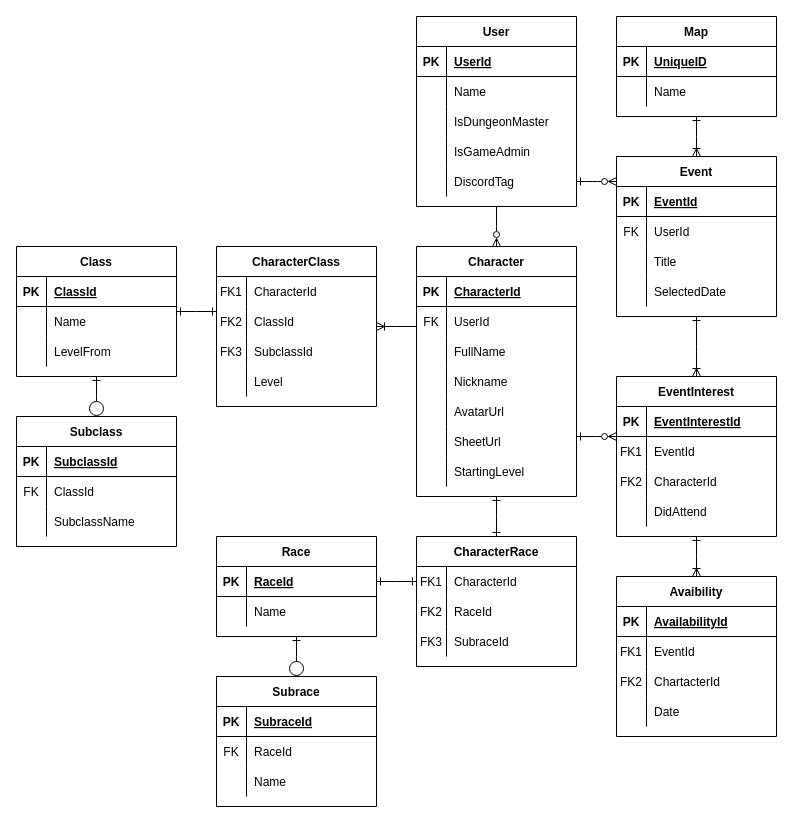
Earlier version of the draw.io diagram Documentation/Entity Relationship Diagram.drawio (Jackclarke95/into-the-west). Source tidied: cells renumbered, new cells numbered last; positions are measured from the earlier drawing's top-left corner, leaving out a move shared by most shapes. Both pictures are drawn from the tidied source at 100%, with x=0, y=0 at pixel (16, 16).
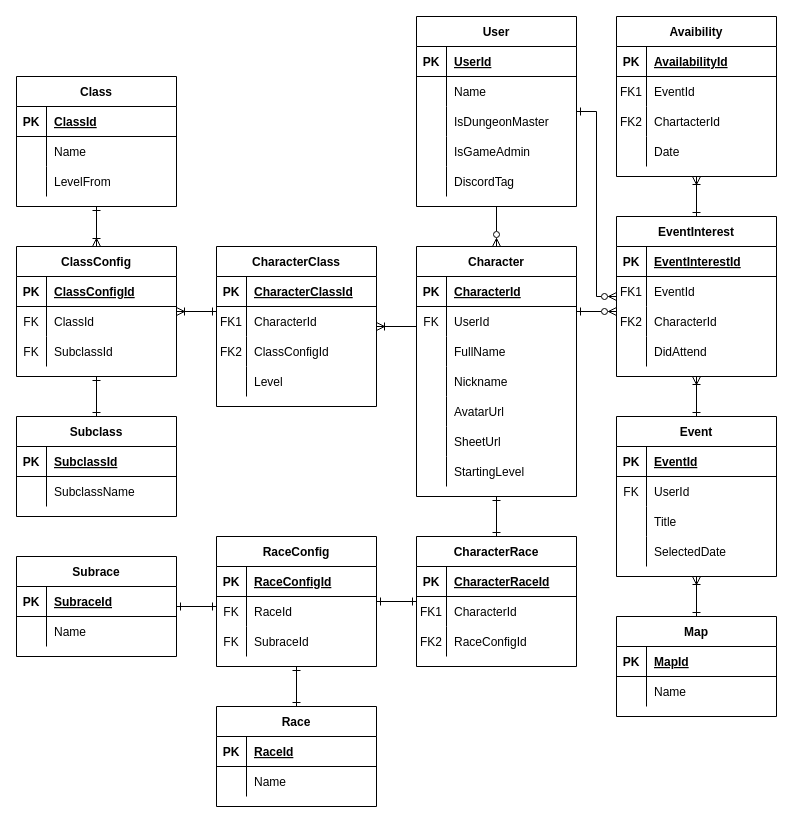
The same diagram, later.

Unchanged cells that the change refers to:
```xml
<mxCell id="4" value="Character" style="shape=table;startSize=30;childLayout=tableLayout;rowLines=0;fontStyle=1;align=center;strokeColor=default;" parent="1" vertex="1">
  <mxGeometry x="400" y="230" width="160" height="250" as="geometry" />
</mxCell>
<mxCell id="69" value="User" style="shape=table;startSize=30;childLayout=tableLayout;rowLines=0;fontStyle=1;align=center;strokeColor=default;" parent="1" vertex="1">
  <mxGeometry x="400" width="160" height="190" as="geometry" />
</mxCell>
<mxCell id="125" value="CharacterClass" style="shape=table;startSize=30;childLayout=tableLayout;rowLines=0;fontStyle=1;align=center;strokeColor=default;" parent="1" vertex="1">
  <mxGeometry x="200" y="230" width="160" height="160" as="geometry" />
</mxCell>
<mxCell id="132" style="shape=tableRow;horizontal=0;startSize=0;swimlaneHead=0;swimlaneBody=0;fillColor=none;top=0;left=0;right=0;bottom=0;strokeColor=default;" parent="125" vertex="1">
  <mxGeometry y="90" width="160" height="30" as="geometry" />
</mxCell>
<mxCell id="140" style="shape=tableRow;horizontal=0;startSize=0;swimlaneHead=0;swimlaneBody=0;fillColor=none;top=0;left=0;right=0;bottom=1;strokeColor=default;" parent="139" vertex="1">
  <mxGeometry y="30" width="160" height="30" as="geometry" />
</mxCell>
<mxCell id="148" value="CharacterRace" style="shape=table;startSize=30;childLayout=tableLayout;rowLines=0;fontStyle=1;align=center;strokeColor=default;" parent="1" vertex="1">
  <mxGeometry x="400" y="520" width="160" height="130" as="geometry" />
</mxCell>
```

The edit, as a diff of the source:
```diff
@@
-    <mxCell id="2" style="edgeStyle=elbowEdgeStyle;rounded=0;jettySize=auto;elbow=vertical;html=1;startArrow=baseDash;startFill=0;endArrow=ERoneToMany;endFill=0;" parent="1" edge="1" source="4" target="125">
+    <mxCell id="2" style="edgeStyle=elbowEdgeStyle;rounded=0;jettySize=auto;elbow=vertical;html=1;startArrow=baseDash;startFill=0;endArrow=ERoneToMany;endFill=0;jumpStyle=arc;" parent="1" edge="1" source="4" target="125">
       <mxGeometry relative="1" as="geometry" />
     </mxCell>
-    <mxCell id="3" style="edgeStyle=elbowEdgeStyle;rounded=0;jettySize=auto;elbow=vertical;html=1;startArrow=ERone;startFill=0;endArrow=ERzeroToMany;endFill=0;" parent="1" edge="1" source="4" target="41">
+    <mxCell id="3" style="edgeStyle=elbowEdgeStyle;rounded=0;jettySize=auto;elbow=vertical;html=1;startArrow=ERone;startFill=0;endArrow=ERzeroToMany;endFill=0;jumpStyle=arc;" parent="1" edge="1" source="4" target="41">
       <mxGeometry relative="1" as="geometry" />
     </mxCell>
@@
-    <mxCell id="26" style="edgeStyle=elbowEdgeStyle;rounded=0;jettySize=auto;elbow=vertical;html=1;startArrow=ERone;startFill=0;endArrow=ERoneToMany;endFill=0;" parent="1" edge="1" source="27" target="41">
+    <mxCell id="26" style="edgeStyle=elbowEdgeStyle;rounded=0;jettySize=auto;elbow=vertical;html=1;startArrow=ERone;startFill=0;endArrow=ERoneToMany;endFill=0;jumpStyle=arc;" parent="1" edge="1" source="27" target="41">
       <mxGeometry relative="1" as="geometry" />
     </mxCell>
     <mxCell id="27" value="Event" style="shape=table;startSize=30;childLayout=tableLayout;rowLines=0;fontStyle=1;align=center;strokeColor=default;" parent="1" vertex="1">
-      <mxGeometry x="600" y="140" width="160" height="160" as="geometry" />
+      <mxGeometry x="600" y="400" width="160" height="160" as="geometry" />
     </mxCell>
@@
-    <mxCell id="40" style="edgeStyle=elbowEdgeStyle;rounded=0;jettySize=auto;elbow=vertical;html=1;startArrow=ERone;startFill=0;endArrow=ERoneToMany;endFill=0;" parent="1" edge="1" source="41" target="54">
+    <mxCell id="40" style="edgeStyle=elbowEdgeStyle;rounded=0;jettySize=auto;elbow=vertical;html=1;startArrow=ERone;startFill=0;endArrow=ERoneToMany;endFill=0;jumpStyle=arc;" parent="1" edge="1" source="41" target="54">
       <mxGeometry relative="1" as="geometry" />
     </mxCell>
     <mxCell id="41" value="EventInterest" style="shape=table;startSize=30;childLayout=tableLayout;rowLines=0;fontStyle=1;align=center;strokeColor=default;" parent="1" vertex="1">
-      <mxGeometry x="600" y="360" width="160" height="160" as="geometry" />
+      <mxGeometry x="600" y="200" width="160" height="160" as="geometry" />
     </mxCell>
@@
     <mxCell id="54" value="Avaibility" style="shape=table;startSize=30;childLayout=tableLayout;rowLines=0;fontStyle=1;align=center;strokeColor=default;" parent="1" vertex="1">
-      <mxGeometry x="600" y="560" width="160" height="160" as="geometry" />
+      <mxGeometry x="600" width="160" height="160" as="geometry" />
     </mxCell>
@@
-    <mxCell id="67" style="edgeStyle=elbowEdgeStyle;rounded=0;jettySize=auto;elbow=vertical;html=1;startArrow=baseDash;startFill=0;endArrow=ERzeroToMany;endFill=0;" parent="1" edge="1" source="69" target="4">
+    <mxCell id="67" style="edgeStyle=elbowEdgeStyle;rounded=0;jettySize=auto;elbow=vertical;html=1;startArrow=baseDash;startFill=0;endArrow=ERzeroToMany;endFill=0;jumpStyle=arc;" parent="1" edge="1" source="69" target="4">
       <mxGeometry relative="1" as="geometry" />
     </mxCell>
-    <mxCell id="68" style="edgeStyle=elbowEdgeStyle;curved=1;jettySize=auto;elbow=vertical;html=1;startArrow=ERone;startFill=0;endArrow=ERzeroToMany;endFill=0;" parent="1" edge="1" source="69" target="27">
+    <mxCell id="68" style="edgeStyle=elbowEdgeStyle;jettySize=auto;html=1;startArrow=ERone;startFill=0;endArrow=ERzeroToMany;endFill=0;rounded=0;jumpStyle=arc;" parent="1" edge="1" source="69" target="41">
       <mxGeometry relative="1" as="geometry" />
     </mxCell>
@@
-    <mxCell id="85" style="edgeStyle=elbowEdgeStyle;rounded=0;jettySize=auto;elbow=vertical;html=1;startArrow=ERone;startFill=0;endArrow=circle;endFill=0;" parent="1" edge="1" source="86" target="104">
-      <mxGeometry relative="1" as="geometry" />
-    </mxCell>
     <mxCell id="86" value="Class" style="shape=table;startSize=30;childLayout=tableLayout;rowLines=0;fontStyle=1;align=center;strokeColor=default;" parent="1" vertex="1">
-      <mxGeometry y="230" width="160" height="130" as="geometry" />
+      <mxGeometry y="60" width="160" height="130" as="geometry" />
     </mxCell>
@@
-    <mxCell id="96" style="edgeStyle=elbowEdgeStyle;rounded=0;jettySize=auto;html=1;elbow=vertical;endArrow=circle;endFill=0;startArrow=ERone;startFill=0;" parent="1" edge="1" source="97" target="114">
-      <mxGeometry relative="1" as="geometry" />
-    </mxCell>
     <mxCell id="97" value="Race" style="shape=table;startSize=30;childLayout=tableLayout;rowLines=0;fontStyle=1;align=center;strokeColor=default;" parent="1" vertex="1">
-      <mxGeometry x="200" y="520" width="160" height="100" as="geometry" />
+      <mxGeometry x="200" y="690" width="160" height="100" as="geometry" />
     </mxCell>
@@
     <mxCell id="104" value="Subclass" style="shape=table;startSize=30;childLayout=tableLayout;rowLines=0;fontStyle=1;align=center;strokeColor=default;" parent="1" vertex="1">
-      <mxGeometry y="400" width="160" height="130" as="geometry" />
+      <mxGeometry y="400" width="160" height="100" as="geometry" />
     </mxCell>
@@
-    <mxCell id="108" style="shape=tableRow;horizontal=0;startSize=0;swimlaneHead=0;swimlaneBody=0;fillColor=none;top=0;left=0;right=0;bottom=0;strokeColor=default;" parent="104" vertex="1">
-      <mxGeometry y="60" width="160" height="30" as="geometry" />
-    </mxCell>
-    <mxCell id="109" value="FK" style="shape=partialRectangle;fillColor=none;top=0;left=0;bottom=0;right=0;fontStyle=0;overflow=hidden;strokeColor=default;" parent="108" vertex="1">
-      <mxGeometry width="30" height="30" as="geometry" />
-    </mxCell>
-    <mxCell id="110" value="ClassId" style="shape=partialRectangle;fillColor=none;top=0;left=0;bottom=0;right=0;align=left;spacingLeft=6;fontStyle=0;overflow=hidden;strokeColor=default;" parent="108" vertex="1">
-      <mxGeometry x="30" width="130" height="30" as="geometry" />
-    </mxCell>
     <mxCell id="111" style="shape=tableRow;horizontal=0;startSize=0;swimlaneHead=0;swimlaneBody=0;fillColor=none;top=0;left=0;right=0;bottom=0;strokeColor=default;" parent="104" vertex="1">
-      <mxGeometry y="90" width="160" height="30" as="geometry" />
+      <mxGeometry y="60" width="160" height="30" as="geometry" />
     </mxCell>
@@
     <mxCell id="114" value="Subrace" style="shape=table;startSize=30;childLayout=tableLayout;rowLines=0;fontStyle=1;align=center;strokeColor=default;" parent="1" vertex="1">
-      <mxGeometry x="200" y="660" width="160" height="130" as="geometry" />
+      <mxGeometry y="540" width="160" height="100" as="geometry" />
     </mxCell>
@@
-    <mxCell id="118" style="shape=tableRow;horizontal=0;startSize=0;swimlaneHead=0;swimlaneBody=0;fillColor=none;top=0;left=0;right=0;bottom=0;strokeColor=default;" parent="114" vertex="1">
-      <mxGeometry y="60" width="160" height="30" as="geometry" />
-    </mxCell>
-    <mxCell id="119" value="FK" style="shape=partialRectangle;fillColor=none;top=0;left=0;bottom=0;right=0;fontStyle=0;overflow=hidden;strokeColor=default;" parent="118" vertex="1">
-      <mxGeometry width="30" height="30" as="geometry" />
-    </mxCell>
-    <mxCell id="120" value="RaceId" style="shape=partialRectangle;fillColor=none;top=0;left=0;bottom=0;right=0;align=left;spacingLeft=6;fontStyle=0;overflow=hidden;strokeColor=default;" parent="118" vertex="1">
-      <mxGeometry x="30" width="130" height="30" as="geometry" />
-    </mxCell>
     <mxCell id="121" style="shape=tableRow;horizontal=0;startSize=0;swimlaneHead=0;swimlaneBody=0;fillColor=none;top=0;left=0;right=0;bottom=0;strokeColor=default;" parent="114" vertex="1">
-      <mxGeometry y="90" width="160" height="30" as="geometry" />
+      <mxGeometry y="60" width="160" height="30" as="geometry" />
     </mxCell>
@@
-    <mxCell id="124" style="edgeStyle=elbowEdgeStyle;rounded=0;jettySize=auto;elbow=vertical;html=1;startArrow=ERone;startFill=0;endArrow=ERone;endFill=0;" parent="1" edge="1" source="125" target="86">
-      <mxGeometry relative="1" as="geometry" />
-    </mxCell>
+    <mxCell id="159" style="edgeStyle=elbowEdgeStyle;rounded=0;jumpStyle=arc;jettySize=auto;html=1;startArrow=ERone;startFill=0;endArrow=ERoneToMany;endFill=0;elbow=vertical;" parent="1" edge="1" source="125" target="169">
+      <mxGeometry relative="1" as="geometry" />
+    </mxCell>
@@
+    <mxCell id="160" style="shape=tableRow;horizontal=0;startSize=0;swimlaneHead=0;swimlaneBody=0;fillColor=none;top=0;left=0;right=0;bottom=1;" parent="125" vertex="1">
+      <mxGeometry y="30" width="160" height="30" as="geometry" />
+    </mxCell>
+    <mxCell id="161" value="PK" style="shape=partialRectangle;fillColor=none;top=0;left=0;bottom=0;right=0;fontStyle=1;overflow=hidden;" parent="160" vertex="1">
+      <mxGeometry width="30" height="30" as="geometry" />
+    </mxCell>
+    <mxCell id="162" value="CharacterClassId" style="shape=partialRectangle;fillColor=none;top=0;left=0;bottom=0;right=0;align=left;spacingLeft=6;fontStyle=5;overflow=hidden;" parent="160" vertex="1">
+      <mxGeometry x="30" width="130" height="30" as="geometry" />
+    </mxCell>
     <mxCell id="126" style="shape=tableRow;horizontal=0;startSize=0;swimlaneHead=0;swimlaneBody=0;fillColor=none;top=0;left=0;right=0;bottom=0;strokeColor=default;" parent="125" vertex="1">
-      <mxGeometry y="30" width="160" height="30" as="geometry" />
+      <mxGeometry y="60" width="160" height="30" as="geometry" />
     </mxCell>
@@
-    <mxCell id="129" style="shape=tableRow;horizontal=0;startSize=0;swimlaneHead=0;swimlaneBody=0;fillColor=none;top=0;left=0;right=0;bottom=0;strokeColor=default;" parent="125" vertex="1">
-      <mxGeometry y="60" width="160" height="30" as="geometry" />
-    </mxCell>
-    <mxCell id="130" value="FK2" style="shape=partialRectangle;fillColor=none;top=0;left=0;bottom=0;right=0;fontStyle=0;overflow=hidden;strokeColor=default;" parent="129" vertex="1">
-      <mxGeometry width="30" height="30" as="geometry" />
-    </mxCell>
-    <mxCell id="131" value="ClassId" style="shape=partialRectangle;fillColor=none;top=0;left=0;bottom=0;right=0;align=left;spacingLeft=6;fontStyle=0;overflow=hidden;strokeColor=default;" parent="129" vertex="1">
-      <mxGeometry x="30" width="130" height="30" as="geometry" />
-    </mxCell>
@@
-    <mxCell id="133" value="FK3" style="shape=partialRectangle;fillColor=none;top=0;left=0;bottom=0;right=0;fontStyle=0;overflow=hidden;strokeColor=default;" parent="132" vertex="1">
+    <mxCell id="133" value="FK2" style="shape=partialRectangle;fillColor=none;top=0;left=0;bottom=0;right=0;fontStyle=0;overflow=hidden;strokeColor=default;" parent="132" vertex="1">
       <mxGeometry width="30" height="30" as="geometry" />
     </mxCell>
-    <mxCell id="134" value="SubclassId" style="shape=partialRectangle;fillColor=none;top=0;left=0;bottom=0;right=0;align=left;spacingLeft=6;fontStyle=0;overflow=hidden;strokeColor=default;" parent="132" vertex="1">
+    <mxCell id="134" value="ClassConfigId" style="shape=partialRectangle;fillColor=none;top=0;left=0;bottom=0;right=0;align=left;spacingLeft=6;fontStyle=0;overflow=hidden;strokeColor=default;" parent="132" vertex="1">
       <mxGeometry x="30" width="130" height="30" as="geometry" />
     </mxCell>
@@
-    <mxCell id="138" style="edgeStyle=elbowEdgeStyle;rounded=0;jettySize=auto;elbow=vertical;html=1;startArrow=ERone;startFill=0;endArrow=ERoneToMany;endFill=0;" parent="1" edge="1" source="139" target="27">
+    <mxCell id="138" style="edgeStyle=elbowEdgeStyle;rounded=0;jettySize=auto;elbow=vertical;html=1;startArrow=ERone;startFill=0;endArrow=ERoneToMany;endFill=0;jumpStyle=arc;" parent="1" edge="1" source="139" target="27">
       <mxGeometry relative="1" as="geometry" />
     </mxCell>
     <mxCell id="139" value="Map" style="shape=table;startSize=30;childLayout=tableLayout;rowLines=0;fontStyle=1;align=center;strokeColor=default;" parent="1" vertex="1">
-      <mxGeometry x="600" width="160" height="100" as="geometry" />
+      <mxGeometry x="600" y="600" width="160" height="100" as="geometry" />
     </mxCell>
@@
-    <mxCell id="142" value="UniqueID" style="shape=partialRectangle;fillColor=none;top=0;left=0;bottom=0;right=0;align=left;spacingLeft=6;fontStyle=5;overflow=hidden;strokeColor=default;" parent="140" vertex="1">
+    <mxCell id="142" value="MapId" style="shape=partialRectangle;fillColor=none;top=0;left=0;bottom=0;right=0;align=left;spacingLeft=6;fontStyle=5;overflow=hidden;strokeColor=default;" parent="140" vertex="1">
       <mxGeometry x="30" width="130" height="30" as="geometry" />
     </mxCell>
@@
-    <mxCell id="147" style="edgeStyle=elbowEdgeStyle;jettySize=auto;elbow=vertical;html=1;startArrow=ERone;startFill=0;endArrow=ERone;endFill=0;rounded=0;" parent="1" edge="1" source="148" target="4">
+    <mxCell id="147" style="edgeStyle=elbowEdgeStyle;jettySize=auto;elbow=vertical;html=1;startArrow=ERone;startFill=0;endArrow=ERone;endFill=0;rounded=0;jumpStyle=arc;" parent="1" edge="1" source="148" target="4">
       <mxGeometry relative="1" as="geometry" />
     </mxCell>
+    <mxCell id="163" style="edgeStyle=elbowEdgeStyle;rounded=0;jumpStyle=arc;jettySize=auto;elbow=vertical;html=1;startArrow=ERone;startFill=0;endArrow=ERone;endFill=0;" parent="1" edge="1" source="148" target="181">
+      <mxGeometry relative="1" as="geometry" />
+    </mxCell>
@@
+    <mxCell id="164" style="shape=tableRow;horizontal=0;startSize=0;swimlaneHead=0;swimlaneBody=0;fillColor=none;top=0;left=0;right=0;bottom=1;" parent="148" vertex="1">
+      <mxGeometry y="30" width="160" height="30" as="geometry" />
+    </mxCell>
+    <mxCell id="165" value="PK" style="shape=partialRectangle;fillColor=none;top=0;left=0;bottom=0;right=0;fontStyle=1;overflow=hidden;" parent="164" vertex="1">
+      <mxGeometry width="30" height="30" as="geometry" />
+    </mxCell>
+    <mxCell id="166" value="CharacterRaceId" style="shape=partialRectangle;fillColor=none;top=0;left=0;bottom=0;right=0;align=left;spacingLeft=6;fontStyle=5;overflow=hidden;" parent="164" vertex="1">
+      <mxGeometry x="30" width="130" height="30" as="geometry" />
+    </mxCell>
     <mxCell id="149" style="shape=tableRow;horizontal=0;startSize=0;swimlaneHead=0;swimlaneBody=0;fillColor=none;points=[[0,0.5],[1,0.5]];portConstraint=eastwest;top=0;left=0;right=0;bottom=0;strokeColor=default;" parent="148" vertex="1">
-      <mxGeometry y="30" width="160" height="30" as="geometry" />
+      <mxGeometry y="60" width="160" height="30" as="geometry" />
     </mxCell>
@@
     <mxCell id="152" style="shape=tableRow;horizontal=0;startSize=0;swimlaneHead=0;swimlaneBody=0;fillColor=none;top=0;left=0;right=0;bottom=0;strokeColor=default;" parent="148" vertex="1">
-      <mxGeometry y="60" width="160" height="30" as="geometry" />
+      <mxGeometry y="90" width="160" height="30" as="geometry" />
     </mxCell>
@@
-    <mxCell id="154" value="RaceId" style="shape=partialRectangle;fillColor=none;top=0;left=0;bottom=0;right=0;align=left;spacingLeft=6;fontStyle=0;overflow=hidden;strokeColor=default;" parent="152" vertex="1">
+    <mxCell id="154" value="RaceConfigId" style="shape=partialRectangle;fillColor=none;top=0;left=0;bottom=0;right=0;align=left;spacingLeft=6;fontStyle=0;overflow=hidden;strokeColor=default;" parent="152" vertex="1">
       <mxGeometry x="30" width="130" height="30" as="geometry" />
     </mxCell>
-    <mxCell id="155" style="shape=tableRow;horizontal=0;startSize=0;swimlaneHead=0;swimlaneBody=0;fillColor=none;top=0;left=0;right=0;bottom=0;strokeColor=default;" parent="148" vertex="1">
-      <mxGeometry y="90" width="160" height="30" as="geometry" />
-    </mxCell>
-    <mxCell id="156" value="FK3" style="shape=partialRectangle;fillColor=none;top=0;left=0;bottom=0;right=0;overflow=hidden;strokeColor=default;" parent="155" vertex="1">
-      <mxGeometry width="30" height="30" as="geometry" />
-    </mxCell>
+    <mxCell id="167" style="edgeStyle=elbowEdgeStyle;rounded=0;jumpStyle=arc;jettySize=auto;html=1;endArrow=ERone;endFill=0;startArrow=ERone;startFill=0;" parent="1" edge="1" source="169" target="104">
+      <mxGeometry relative="1" as="geometry" />
+    </mxCell>
+    <mxCell id="168" style="edgeStyle=elbowEdgeStyle;rounded=0;jumpStyle=arc;jettySize=auto;html=1;startArrow=ERoneToMany;startFill=0;endArrow=ERone;endFill=0;" parent="1" edge="1" source="169" target="86">
+      <mxGeometry relative="1" as="geometry" />
+    </mxCell>
+    <mxCell id="169" value="ClassConfig" style="shape=table;startSize=30;childLayout=tableLayout;rowLines=0;fontStyle=1;align=center;" parent="1" vertex="1">
+      <mxGeometry y="230" width="160" height="130" as="geometry" />
+    </mxCell>
+    <mxCell id="170" style="shape=tableRow;horizontal=0;startSize=0;swimlaneHead=0;swimlaneBody=0;fillColor=none;top=0;left=0;right=0;bottom=1;" parent="169" vertex="1">
+      <mxGeometry y="30" width="160" height="30" as="geometry" />
+    </mxCell>
+    <mxCell id="171" value="PK" style="shape=partialRectangle;fillColor=none;top=0;left=0;bottom=0;right=0;fontStyle=1;overflow=hidden;" parent="170" vertex="1">
+      <mxGeometry width="30" height="30" as="geometry" />
+    </mxCell>
+    <mxCell id="172" value="ClassConfigId" style="shape=partialRectangle;fillColor=none;top=0;left=0;bottom=0;right=0;align=left;spacingLeft=6;fontStyle=5;overflow=hidden;" parent="170" vertex="1">
+      <mxGeometry x="30" width="130" height="30" as="geometry" />
+    </mxCell>
+    <mxCell id="173" style="shape=tableRow;horizontal=0;startSize=0;swimlaneHead=0;swimlaneBody=0;fillColor=none;top=0;left=0;right=0;bottom=0;" parent="169" vertex="1">
+      <mxGeometry y="60" width="160" height="30" as="geometry" />
+    </mxCell>
+    <mxCell id="174" value="FK" style="shape=partialRectangle;fillColor=none;top=0;left=0;bottom=0;right=0;fontStyle=0;overflow=hidden;" parent="173" vertex="1">
+      <mxGeometry width="30" height="30" as="geometry" />
+    </mxCell>
+    <mxCell id="175" value="ClassId" style="shape=partialRectangle;fillColor=none;top=0;left=0;bottom=0;right=0;align=left;spacingLeft=6;fontStyle=0;overflow=hidden;" parent="173" vertex="1">
+      <mxGeometry x="30" width="130" height="30" as="geometry" />
+    </mxCell>
+    <mxCell id="176" style="shape=tableRow;horizontal=0;startSize=0;swimlaneHead=0;swimlaneBody=0;fillColor=none;top=0;left=0;right=0;bottom=0;" parent="169" vertex="1">
+      <mxGeometry y="90" width="160" height="30" as="geometry" />
+    </mxCell>
+    <mxCell id="177" value="FK" style="shape=partialRectangle;fillColor=none;top=0;left=0;bottom=0;right=0;fontStyle=0;overflow=hidden;" parent="176" vertex="1">
+      <mxGeometry width="30" height="30" as="geometry" />
+    </mxCell>
+    <mxCell id="178" value="SubclassId" style="shape=partialRectangle;fillColor=none;top=0;left=0;bottom=0;right=0;align=left;spacingLeft=6;fontStyle=0;overflow=hidden;" parent="176" vertex="1">
+      <mxGeometry x="30" width="130" height="30" as="geometry" />
+    </mxCell>
+    <mxCell id="179" style="edgeStyle=elbowEdgeStyle;rounded=0;jumpStyle=arc;jettySize=auto;html=1;startArrow=ERone;startFill=0;endArrow=ERone;endFill=0;elbow=vertical;" parent="1" edge="1" source="181" target="114">
+      <mxGeometry relative="1" as="geometry" />
+    </mxCell>
+    <mxCell id="180" style="edgeStyle=elbowEdgeStyle;rounded=0;jumpStyle=arc;jettySize=auto;html=1;startArrow=ERone;startFill=0;endArrow=ERone;endFill=0;elbow=vertical;" parent="1" edge="1" source="181" target="97">
+      <mxGeometry relative="1" as="geometry" />
+    </mxCell>
+    <mxCell id="181" value="RaceConfig" style="shape=table;startSize=30;childLayout=tableLayout;rowLines=0;fontStyle=1;align=center;" parent="1" vertex="1">
+      <mxGeometry x="200" y="520" width="160" height="130" as="geometry" />
+    </mxCell>
+    <mxCell id="182" style="shape=tableRow;horizontal=0;startSize=0;swimlaneHead=0;swimlaneBody=0;fillColor=none;top=0;left=0;right=0;bottom=1;" parent="181" vertex="1">
+      <mxGeometry y="30" width="160" height="30" as="geometry" />
+    </mxCell>
+    <mxCell id="183" value="PK" style="shape=partialRectangle;fillColor=none;top=0;left=0;bottom=0;right=0;fontStyle=1;overflow=hidden;" parent="182" vertex="1">
+      <mxGeometry width="30" height="30" as="geometry" />
+    </mxCell>
+    <mxCell id="184" value="RaceConfigId" style="shape=partialRectangle;fillColor=none;top=0;left=0;bottom=0;right=0;align=left;spacingLeft=6;fontStyle=5;overflow=hidden;" parent="182" vertex="1">
+      <mxGeometry x="30" width="130" height="30" as="geometry" />
+    </mxCell>
+    <mxCell id="185" style="shape=tableRow;horizontal=0;startSize=0;swimlaneHead=0;swimlaneBody=0;fillColor=none;top=0;left=0;right=0;bottom=0;" parent="181" vertex="1">
+      <mxGeometry y="60" width="160" height="30" as="geometry" />
+    </mxCell>
+    <mxCell id="186" value="FK" style="shape=partialRectangle;fillColor=none;top=0;left=0;bottom=0;right=0;fontStyle=0;overflow=hidden;" parent="185" vertex="1">
+      <mxGeometry width="30" height="30" as="geometry" />
+    </mxCell>
+    <mxCell id="120" value="RaceId" style="shape=partialRectangle;fillColor=none;top=0;left=0;bottom=0;right=0;align=left;spacingLeft=6;fontStyle=0;overflow=hidden;" parent="185" vertex="1">
+      <mxGeometry x="30" width="130" height="30" as="geometry" />
+    </mxCell>
+    <mxCell id="187" style="shape=tableRow;horizontal=0;startSize=0;swimlaneHead=0;swimlaneBody=0;fillColor=none;top=0;left=0;right=0;bottom=0;" parent="181" vertex="1">
+      <mxGeometry y="90" width="160" height="30" as="geometry" />
+    </mxCell>
+    <mxCell id="188" value="FK" style="shape=partialRectangle;fillColor=none;top=0;left=0;bottom=0;right=0;fontStyle=0;overflow=hidden;" parent="187" vertex="1">
+      <mxGeometry width="30" height="30" as="geometry" />
+    </mxCell>
-    <mxCell id="157" value="SubraceId" style="shape=partialRectangle;fillColor=none;top=0;left=0;bottom=0;right=0;align=left;spacingLeft=6;overflow=hidden;strokeColor=default;" parent="155" vertex="1">
+    <mxCell id="157" value="SubraceId" style="shape=partialRectangle;fillColor=none;top=0;left=0;bottom=0;right=0;align=left;spacingLeft=6;fontStyle=0;overflow=hidden;" parent="187" vertex="1">
       <mxGeometry x="30" width="130" height="30" as="geometry" />
     </mxCell>
-    <mxCell id="158" style="edgeStyle=elbowEdgeStyle;rounded=0;jettySize=auto;elbow=vertical;html=1;startArrow=ERone;startFill=0;endArrow=ERone;endFill=0;" parent="1" edge="1" source="149" target="97">
-      <mxGeometry relative="1" as="geometry" />
-    </mxCell>
```
